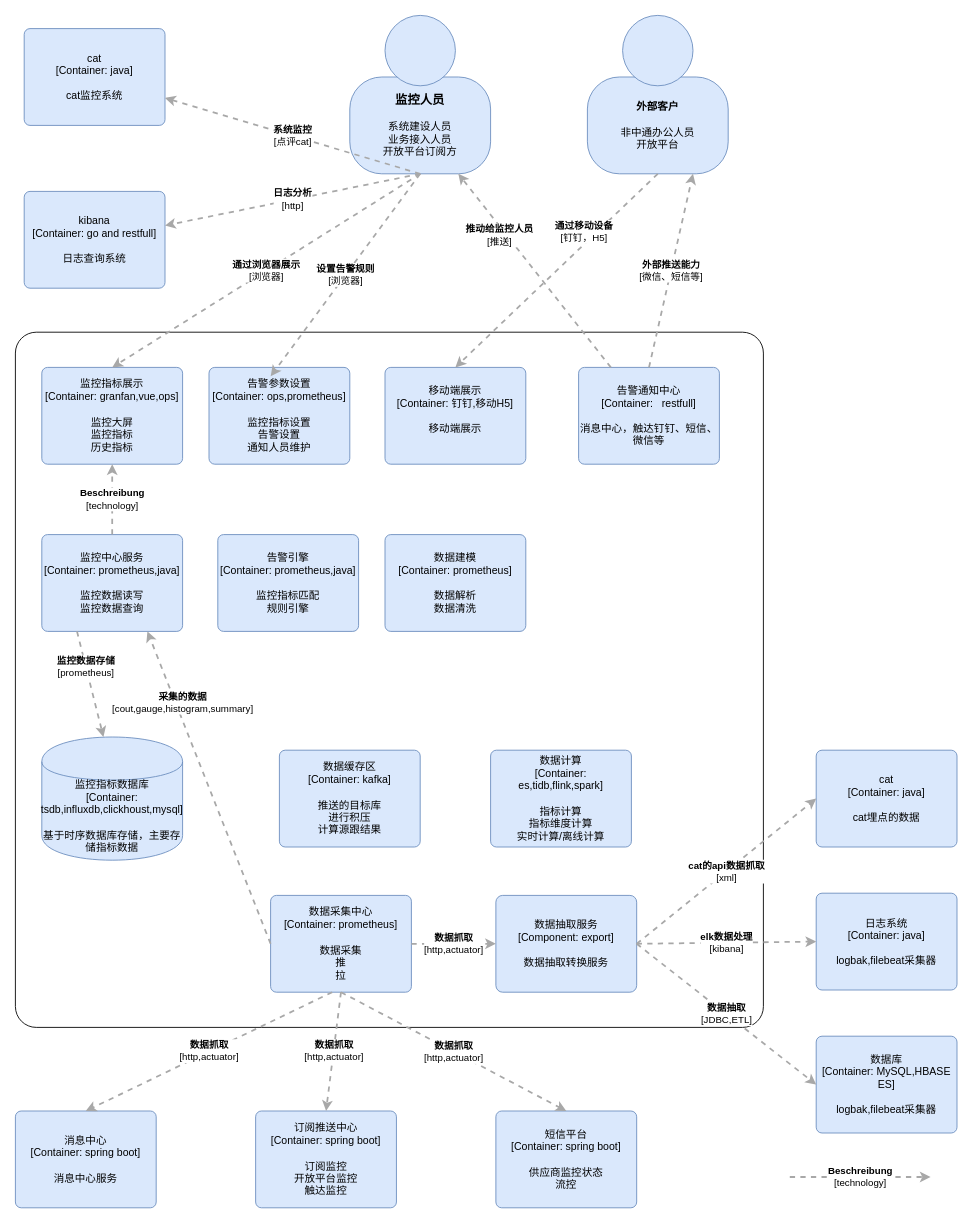
This is page "Page-1" (1 of 2) of Untitled Diagram.drawio from qq240996777/config_test, a draw.io file, before an edit. Source tidied: cells renumbered, new cells numbered last; positions are measured from the earlier drawing's top-left corner, leaving out a move shared by most shapes. Both pictures are drawn from the tidied source at 88%, with x=0, y=0 at pixel (15, 15).
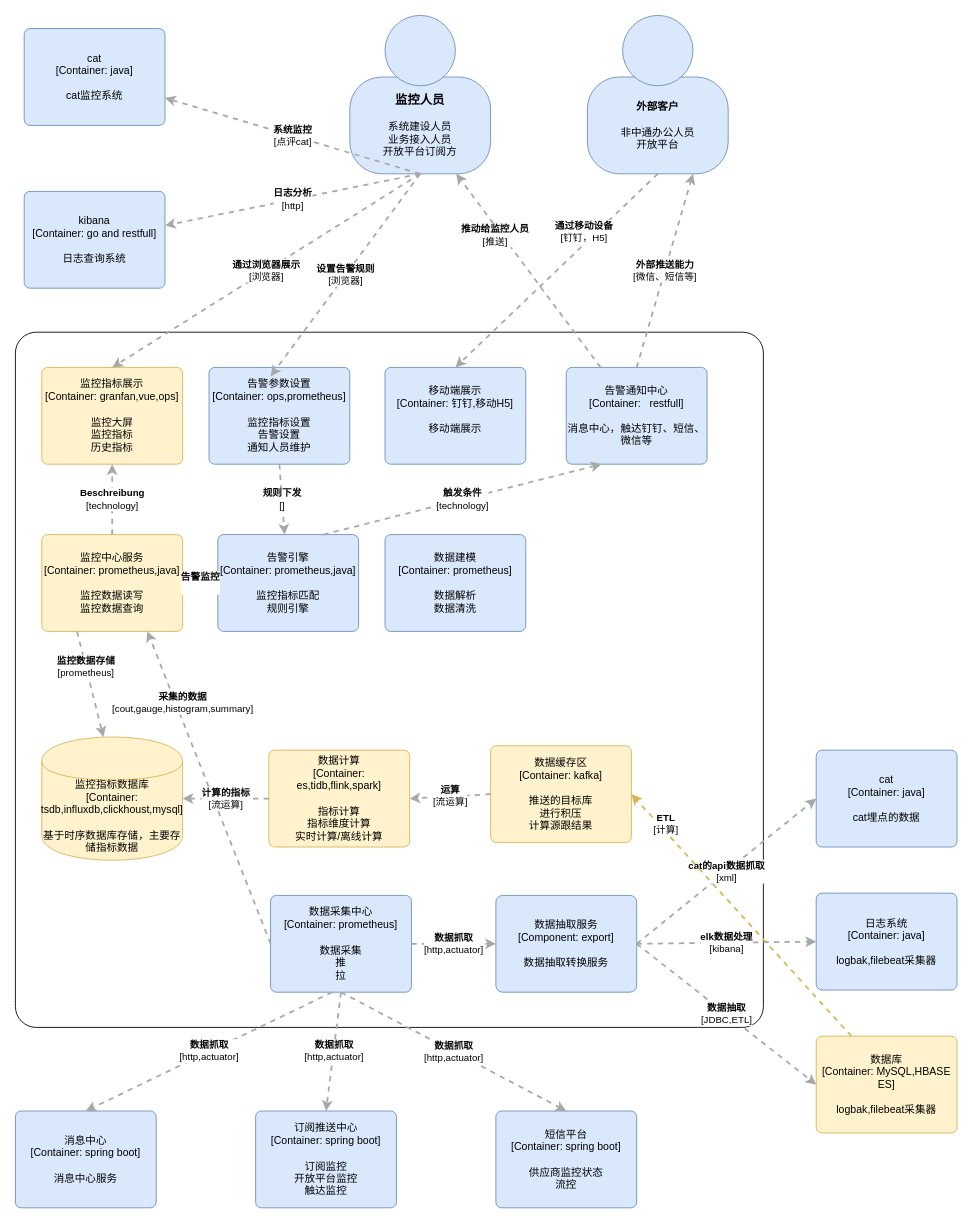
Above is the later version.

Unchanged cells that the change refers to:
```xml
<mxCell id="14" value="告警参数设置&lt;br&gt;&lt;div&gt;[Container: ops,prometheus&lt;span&gt;]&lt;/span&gt;&lt;/div&gt;&lt;div&gt;&lt;br&gt;&lt;/div&gt;&lt;div&gt;监控指标设置&lt;/div&gt;&lt;div&gt;告警设置&lt;/div&gt;&lt;div&gt;通知人员维护&lt;/div&gt;" style="rounded=1;whiteSpace=wrap;html=1;labelBackgroundColor=none;fillColor=#dae8fc;fontColor=#000000;align=center;arcSize=6;strokeColor=#6c8ebf;shadow=0;glass=0;comic=0;" parent="1" vertex="1">
  <mxGeometry x="220" y="400" width="160" height="110" as="geometry" />
</mxCell>
<mxCell id="17" value="告警引擎&lt;br&gt;&lt;div&gt;[Container: prometheus,java&lt;span&gt;]&lt;/span&gt;&lt;/div&gt;&lt;div&gt;&lt;br&gt;&lt;/div&gt;&lt;div&gt;监控指标匹配&lt;/div&gt;&lt;div&gt;规则引擎&lt;/div&gt;" style="rounded=1;whiteSpace=wrap;html=1;labelBackgroundColor=none;fillColor=#dae8fc;fontColor=#000000;align=center;arcSize=6;strokeColor=#6c8ebf;shadow=0;glass=0;comic=0;" parent="1" vertex="1">
  <mxGeometry x="230" y="590" width="160" height="110" as="geometry" />
</mxCell>
```

The edit, as a diff of the source:
```diff
@@
     <mxCell id="11" value="告警通知中心&lt;br&gt;&lt;div&gt;[Container:&amp;nbsp; &amp;nbsp;restfull&lt;span&gt;]&lt;/span&gt;&lt;/div&gt;&lt;div&gt;&lt;br&gt;&lt;/div&gt;&lt;div&gt;消息中心，触达钉钉、短信、微信等&lt;/div&gt;" style="rounded=1;whiteSpace=wrap;html=1;labelBackgroundColor=none;fillColor=#dae8fc;fontColor=#000000;align=center;arcSize=6;strokeColor=#6c8ebf;" parent="1" vertex="1">
-      <mxGeometry x="640" y="400" width="160" height="110" as="geometry" />
+      <mxGeometry x="626" y="400" width="160" height="110" as="geometry" />
     </mxCell>
-    <mxCell id="12" value="监控指标数据库&lt;br&gt;&lt;div&gt;[Container: tsdb,influxdb,clickhoust,mysql]&lt;/div&gt;&lt;div&gt;&lt;br&gt;&lt;/div&gt;&lt;div&gt;基于时序数据库存储，主要存储指标数据&lt;/div&gt;" style="shape=cylinder;whiteSpace=wrap;html=1;boundedLbl=1;rounded=0;labelBackgroundColor=none;fillColor=#dae8fc;fontSize=12;fontColor=#000000;align=center;strokeColor=#6c8ebf;" parent="1" vertex="1">
+    <mxCell id="12" value="监控指标数据库&lt;br&gt;&lt;div&gt;[Container: tsdb,influxdb,clickhoust,mysql]&lt;/div&gt;&lt;div&gt;&lt;br&gt;&lt;/div&gt;&lt;div&gt;基于时序数据库存储，主要存储指标数据&lt;/div&gt;" style="shape=cylinder;whiteSpace=wrap;html=1;boundedLbl=1;rounded=0;labelBackgroundColor=none;fillColor=#fff2cc;fontSize=12;align=center;strokeColor=#d6b656;" parent="1" vertex="1">
       <mxGeometry x="30" y="820" width="160" height="140" as="geometry" />
     </mxCell>
-    <mxCell id="13" value="监控指标展示&lt;br&gt;&lt;div&gt;[Container: granfan,vue,ops&lt;span&gt;]&lt;/span&gt;&lt;/div&gt;&lt;div&gt;&lt;br&gt;&lt;/div&gt;&lt;div&gt;监控大屏&lt;/div&gt;&lt;div&gt;监控指标&lt;/div&gt;&lt;div&gt;&lt;span&gt;历史指标&lt;/span&gt;&lt;/div&gt;" style="rounded=1;whiteSpace=wrap;html=1;labelBackgroundColor=none;fillColor=#dae8fc;fontColor=#000000;align=center;arcSize=6;strokeColor=#6c8ebf;shadow=0;glass=0;comic=0;" parent="1" vertex="1">
+    <mxCell id="13" value="监控指标展示&lt;br&gt;&lt;div&gt;[Container: granfan,vue,ops&lt;span&gt;]&lt;/span&gt;&lt;/div&gt;&lt;div&gt;&lt;br&gt;&lt;/div&gt;&lt;div&gt;监控大屏&lt;/div&gt;&lt;div&gt;监控指标&lt;/div&gt;&lt;div&gt;&lt;span&gt;历史指标&lt;/span&gt;&lt;/div&gt;" style="rounded=1;whiteSpace=wrap;html=1;labelBackgroundColor=none;fillColor=#fff2cc;align=center;arcSize=6;strokeColor=#d6b656;shadow=0;glass=0;comic=0;" parent="1" vertex="1">
       <mxGeometry x="30" y="400" width="160" height="110" as="geometry" />
     </mxCell>
@@
-    <mxCell id="16" value="监控中心服务&lt;br&gt;&lt;div&gt;[Container: prometheus,java&lt;span&gt;]&lt;/span&gt;&lt;/div&gt;&lt;div&gt;&lt;br&gt;&lt;/div&gt;&lt;div&gt;监控数据读写&lt;/div&gt;&lt;div&gt;监控数据查询&lt;/div&gt;" style="rounded=1;whiteSpace=wrap;html=1;labelBackgroundColor=none;fillColor=#dae8fc;fontColor=#000000;align=center;arcSize=6;strokeColor=#6c8ebf;shadow=0;glass=0;comic=0;" parent="1" vertex="1">
+    <mxCell id="16" value="监控中心服务&lt;br&gt;&lt;div&gt;[Container: prometheus,java&lt;span&gt;]&lt;/span&gt;&lt;/div&gt;&lt;div&gt;&lt;br&gt;&lt;/div&gt;&lt;div&gt;监控数据读写&lt;/div&gt;&lt;div&gt;监控数据查询&lt;/div&gt;" style="rounded=1;whiteSpace=wrap;html=1;labelBackgroundColor=none;fillColor=#fff2cc;align=center;arcSize=6;strokeColor=#d6b656;shadow=0;glass=0;comic=0;" parent="1" vertex="1">
       <mxGeometry x="30" y="590" width="160" height="110" as="geometry" />
     </mxCell>
@@
-    <mxCell id="19" value="数据计算&lt;br&gt;&lt;div&gt;[Container: es,tidb,flink,spark&lt;span&gt;]&lt;/span&gt;&lt;/div&gt;&lt;div&gt;&lt;br&gt;&lt;/div&gt;&lt;div&gt;指标计算&lt;/div&gt;&lt;div&gt;指标维度计算&lt;/div&gt;&lt;div&gt;实时计算/离线计算&lt;/div&gt;" style="rounded=1;whiteSpace=wrap;html=1;labelBackgroundColor=none;fillColor=#dae8fc;fontColor=#000000;align=center;arcSize=6;strokeColor=#6c8ebf;shadow=0;glass=0;comic=0;" parent="1" vertex="1">
-      <mxGeometry x="540" y="835" width="160" height="110" as="geometry" />
+    <mxCell id="19" value="数据计算&lt;br&gt;&lt;div&gt;[Container: es,tidb,flink,spark&lt;span&gt;]&lt;/span&gt;&lt;/div&gt;&lt;div&gt;&lt;br&gt;&lt;/div&gt;&lt;div&gt;指标计算&lt;/div&gt;&lt;div&gt;指标维度计算&lt;/div&gt;&lt;div&gt;实时计算/离线计算&lt;/div&gt;" style="rounded=1;whiteSpace=wrap;html=1;labelBackgroundColor=none;fillColor=#fff2cc;align=center;arcSize=6;strokeColor=#d6b656;shadow=0;glass=0;comic=0;" parent="1" vertex="1">
+      <mxGeometry x="288" y="835" width="160" height="110" as="geometry" />
     </mxCell>
@@
-    <mxCell id="24" value="数据缓存区&lt;br&gt;&lt;div&gt;[Container: kafka&lt;span&gt;]&lt;/span&gt;&lt;/div&gt;&lt;div&gt;&lt;br&gt;&lt;/div&gt;&lt;div&gt;推送的目标库&lt;/div&gt;&lt;div&gt;进行积压&lt;/div&gt;&lt;div&gt;计算源跟结果&lt;/div&gt;" style="rounded=1;whiteSpace=wrap;html=1;labelBackgroundColor=none;fillColor=#dae8fc;fontColor=#000000;align=center;arcSize=6;strokeColor=#6c8ebf;" parent="1" vertex="1">
-      <mxGeometry x="300" y="835" width="160" height="110" as="geometry" />
+    <mxCell id="24" value="数据缓存区&lt;br&gt;&lt;div&gt;[Container: kafka&lt;span&gt;]&lt;/span&gt;&lt;/div&gt;&lt;div&gt;&lt;br&gt;&lt;/div&gt;&lt;div&gt;推送的目标库&lt;/div&gt;&lt;div&gt;进行积压&lt;/div&gt;&lt;div&gt;计算源跟结果&lt;/div&gt;" style="rounded=1;whiteSpace=wrap;html=1;labelBackgroundColor=none;fillColor=#fff2cc;align=center;arcSize=6;strokeColor=#d6b656;" parent="1" vertex="1">
+      <mxGeometry x="540" y="830" width="160" height="110" as="geometry" />
     </mxCell>
@@
-    <mxCell id="28" value="数据库&lt;br&gt;&lt;div&gt;[Container: MySQL,HBASE ES&lt;span&gt;]&lt;/span&gt;&lt;/div&gt;&lt;div&gt;&lt;br&gt;&lt;/div&gt;&lt;div&gt;logbak,filebeat采集器&lt;/div&gt;" style="rounded=1;whiteSpace=wrap;html=1;labelBackgroundColor=none;fillColor=#dae8fc;fontColor=#000000;align=center;arcSize=6;strokeColor=#6c8ebf;" parent="1" vertex="1">
+    <mxCell id="28" value="数据库&lt;br&gt;&lt;div&gt;[Container: MySQL,HBASE ES&lt;span&gt;]&lt;/span&gt;&lt;/div&gt;&lt;div&gt;&lt;br&gt;&lt;/div&gt;&lt;div&gt;logbak,filebeat采集器&lt;/div&gt;" style="rounded=1;whiteSpace=wrap;html=1;labelBackgroundColor=none;fillColor=#fff2cc;align=center;arcSize=6;strokeColor=#d6b656;" parent="1" vertex="1">
       <mxGeometry x="910" y="1160" width="160" height="110" as="geometry" />
     </mxCell>
@@
-    <mxCell id="39" value="&lt;div style=&quot;text-align: left&quot;&gt;&lt;div style=&quot;text-align: center&quot;&gt;&lt;b&gt;Beschreibung&lt;/b&gt;&lt;/div&gt;&lt;div style=&quot;text-align: center&quot;&gt;[technology]&lt;/div&gt;&lt;/div&gt;" style="edgeStyle=none;rounded=0;html=1;entryX=0;entryY=0.5;jettySize=auto;orthogonalLoop=1;strokeColor=#A8A8A8;strokeWidth=2;fontColor=#000000;jumpStyle=none;dashed=1;" parent="1" edge="1">
-      <mxGeometry relative="1" as="geometry">
-        <mxPoint x="880" y="1320" as="sourcePoint" />
-        <mxPoint x="1040" y="1320" as="targetPoint" />
-      </mxGeometry>
-    </mxCell>
@@
+    <mxCell id="47" value="&lt;div style=&quot;text-align: left&quot;&gt;&lt;div style=&quot;text-align: center&quot;&gt;&lt;b&gt;ETL&lt;/b&gt;&lt;/div&gt;&lt;div style=&quot;text-align: center&quot;&gt;[计算]&lt;/div&gt;&lt;/div&gt;" style="edgeStyle=none;rounded=0;html=1;jettySize=auto;strokeColor=#d6b656;strokeWidth=2;fontColor=#000000;jumpStyle=none;dashed=1;exitX=0.25;exitY=0;exitDx=0;exitDy=0;entryX=1;entryY=0.5;entryDx=0;entryDy=0;fillColor=#fff2cc;" parent="1" edge="1" source="28" target="24">
+      <mxGeometry x="0.72" y="-6" relative="1" as="geometry" />
+    </mxCell>
+    <mxCell id="48" value="&lt;div style=&quot;text-align: left&quot;&gt;&lt;div style=&quot;text-align: center&quot;&gt;&lt;b&gt;运算&lt;/b&gt;&lt;/div&gt;&lt;div style=&quot;text-align: center&quot;&gt;[流运算]&lt;/div&gt;&lt;/div&gt;" style="edgeStyle=none;rounded=0;html=1;entryX=1;entryY=0.5;jettySize=auto;strokeColor=#A8A8A8;strokeWidth=2;fontColor=#000000;jumpStyle=none;dashed=1;exitX=0;exitY=0.5;exitDx=0;exitDy=0;entryDx=0;entryDy=0;" parent="1" edge="1" source="24" target="19">
+      <mxGeometry relative="1" as="geometry" />
+    </mxCell>
+    <mxCell id="49" value="&lt;div style=&quot;text-align: left&quot;&gt;&lt;div style=&quot;text-align: center&quot;&gt;&lt;b&gt;计算的指标&lt;/b&gt;&lt;/div&gt;&lt;div style=&quot;text-align: center&quot;&gt;[流运算]&lt;/div&gt;&lt;/div&gt;" style="edgeStyle=none;rounded=0;html=1;entryX=1;entryY=0.5;jettySize=auto;strokeColor=#A8A8A8;strokeWidth=2;fontColor=#000000;jumpStyle=none;dashed=1;entryDx=0;entryDy=0;" parent="1" edge="1" source="19" target="12">
+      <mxGeometry relative="1" as="geometry" />
+    </mxCell>
+    <mxCell id="50" value="&lt;div style=&quot;text-align: left&quot;&gt;&lt;div style=&quot;text-align: center&quot;&gt;&lt;b&gt;告警监控&lt;/b&gt;&lt;/div&gt;&lt;div style=&quot;text-align: center&quot;&gt;&lt;br&gt;&lt;/div&gt;&lt;/div&gt;" style="edgeStyle=none;rounded=0;html=1;entryX=0;entryY=0.5;jettySize=auto;strokeColor=#A8A8A8;strokeWidth=2;fontColor=#000000;jumpStyle=none;dashed=1;exitX=1;exitY=0.5;exitDx=0;exitDy=0;entryDx=0;entryDy=0;" parent="1" edge="1" source="16" target="17">
+      <mxGeometry relative="1" as="geometry" />
+    </mxCell>
+    <mxCell id="51" value="&lt;div style=&quot;text-align: left&quot;&gt;&lt;div style=&quot;text-align: center&quot;&gt;&lt;b&gt;触发条件&lt;/b&gt;&lt;/div&gt;&lt;div style=&quot;text-align: center&quot;&gt;[technology]&lt;/div&gt;&lt;/div&gt;" style="edgeStyle=none;rounded=0;html=1;entryX=0.25;entryY=1;jettySize=auto;strokeColor=#A8A8A8;strokeWidth=2;fontColor=#000000;jumpStyle=none;dashed=1;exitX=0.75;exitY=0;exitDx=0;exitDy=0;entryDx=0;entryDy=0;" parent="1" edge="1" source="17" target="11">
+      <mxGeometry relative="1" as="geometry" />
+    </mxCell>
+    <mxCell id="52" value="&lt;div style=&quot;text-align: left&quot;&gt;&lt;div style=&quot;text-align: center&quot;&gt;&lt;b&gt;规则下发&lt;/b&gt;&lt;/div&gt;&lt;div style=&quot;text-align: center&quot;&gt;[]&lt;/div&gt;&lt;/div&gt;" style="edgeStyle=none;rounded=0;html=1;jettySize=auto;strokeColor=#A8A8A8;strokeWidth=2;fontColor=#000000;jumpStyle=none;dashed=1;exitX=0.5;exitY=1;exitDx=0;exitDy=0;" parent="1" edge="1" source="14" target="17">
+      <mxGeometry relative="1" as="geometry" />
+    </mxCell>
```
